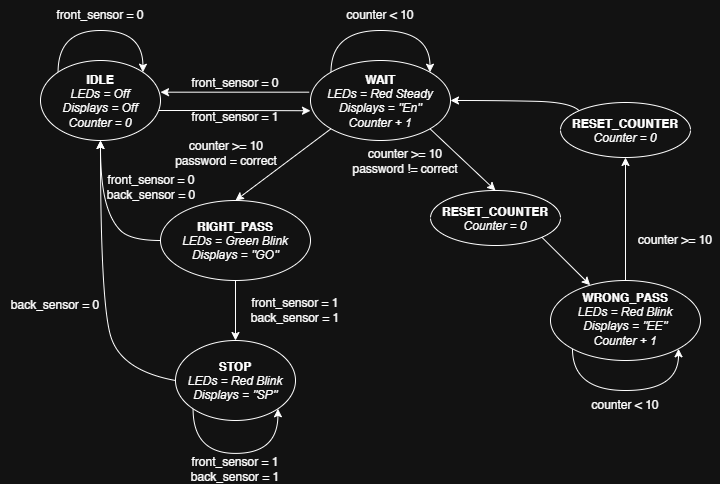
Earlier version of the draw.io export weld/ex01_car_park_1/src/State_Parking.drawio.png (philippevelha/electronics-lab-2026). Source tidied: cells renumbered, new cells last; positions are measured from the earlier drawing's top-left corner, leaving out a move shared by most shapes.
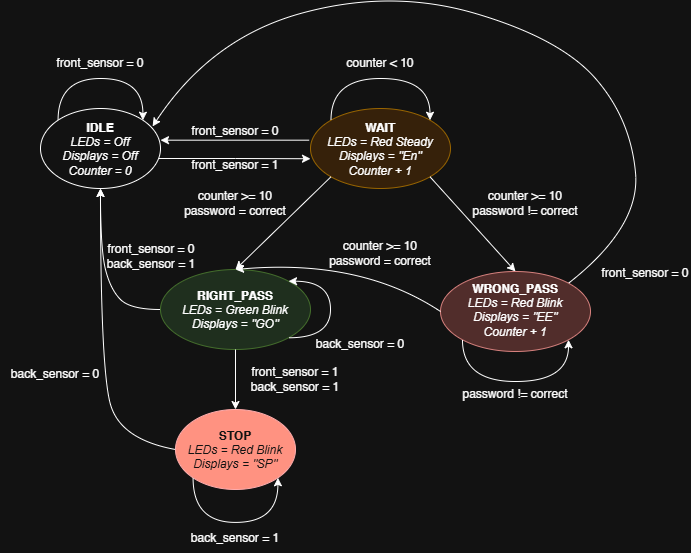
After the change.

Commit message:
[REFLECT] Reworked the State Diagram

Change to the diagram source:
```diff
@@ -19,7 +19,7 @@
     <mxCell id="5" value="front_sensor = 0" style="text;html=1;whiteSpace=wrap;strokeColor=none;fillColor=none;align=center;verticalAlign=middle;rounded=0;" parent="1" vertex="1">
       <mxGeometry x="55" width="90" height="30" as="geometry" />
     </mxCell>
-    <mxCell id="6" value="&lt;b&gt;WAIT&lt;/b&gt;&lt;br&gt;&lt;div&gt;&lt;i&gt;LEDs = Red Steady&lt;/i&gt;&lt;/div&gt;&lt;div&gt;&lt;i&gt;Displays = &quot;En&quot;&lt;/i&gt;&lt;/div&gt;&lt;div&gt;&lt;i&gt;Counter + 1&lt;/i&gt;&lt;/div&gt;" style="ellipse;whiteSpace=wrap;html=1;shapeInside=1;" parent="1" vertex="1">
+    <mxCell id="6" value="&lt;b&gt;WAIT&lt;/b&gt;&lt;br&gt;&lt;div&gt;&lt;i&gt;LEDs = Red Steady&lt;/i&gt;&lt;/div&gt;&lt;div&gt;&lt;i&gt;Displays = &quot;En&quot;&lt;/i&gt;&lt;/div&gt;&lt;div&gt;&lt;i&gt;Counter + 1&lt;/i&gt;&lt;/div&gt;" style="ellipse;whiteSpace=wrap;html=1;shapeInside=1;fillColor=#ffe6cc;strokeColor=#d79b00;" parent="1" vertex="1">
       <mxGeometry x="310" y="60" width="140" height="80" as="geometry" />
     </mxCell>
     <mxCell id="7" value="counter &amp;lt; 10" style="text;html=1;whiteSpace=wrap;strokeColor=none;fillColor=none;align=center;verticalAlign=middle;rounded=0;" parent="1" vertex="1">
@@ -28,20 +28,20 @@
     <mxCell id="8" value="front_sensor = 1" style="text;html=1;whiteSpace=wrap;strokeColor=none;fillColor=none;align=center;verticalAlign=middle;rounded=0;" parent="1" vertex="1">
       <mxGeometry x="190" y="102" width="90" height="30" as="geometry" />
     </mxCell>
-    <mxCell id="9" value="&lt;b&gt;RIGHT_PASS&lt;/b&gt;&lt;br&gt;&lt;div&gt;&lt;i&gt;LEDs = Green Blink&lt;/i&gt;&lt;/div&gt;&lt;div&gt;&lt;i&gt;Displays = &quot;GO&quot;&lt;/i&gt;&lt;/div&gt;" style="ellipse;whiteSpace=wrap;html=1;shapeInside=1;" parent="1" vertex="1">
-      <mxGeometry x="160" y="200" width="150" height="80" as="geometry" />
+    <mxCell id="9" value="&lt;b&gt;RIGHT_PASS&lt;/b&gt;&lt;br&gt;&lt;div&gt;&lt;i&gt;LEDs = Green Blink&lt;/i&gt;&lt;/div&gt;&lt;div&gt;&lt;i&gt;Displays = &quot;GO&quot;&lt;/i&gt;&lt;/div&gt;" style="ellipse;whiteSpace=wrap;html=1;shapeInside=1;fillColor=#d5e8d4;strokeColor=#82b366;" parent="1" vertex="1">
+      <mxGeometry x="160" y="221" width="150" height="80" as="geometry" />
     </mxCell>
     <mxCell id="10" style="endArrow=classic;html=1;rounded=0;defaultLabelBackgroundColor=page;labelPadding=0 4;exitX=0;exitY=1;exitDx=0;exitDy=0;entryX=0.5;entryY=0;entryDx=0;entryDy=0;" parent="1" edge="1" source="6" target="9">
       <mxGeometry relative="1" as="geometry" />
     </mxCell>
-    <mxCell id="11" style="endArrow=classic;html=1;rounded=0;defaultLabelBackgroundColor=page;labelPadding=0 4;exitX=1;exitY=1;exitDx=0;exitDy=0;entryX=0.5;entryY=0;entryDx=0;entryDy=0;" parent="1" edge="1" source="6" target="23">
+    <mxCell id="11" style="endArrow=classic;html=1;rounded=0;defaultLabelBackgroundColor=page;labelPadding=0 4;exitX=1;exitY=1;exitDx=0;exitDy=0;entryX=0.5;entryY=0;entryDx=0;entryDy=0;" parent="1" edge="1" source="6" target="20">
       <mxGeometry relative="1" as="geometry" />
     </mxCell>
     <mxCell id="12" value="counter &amp;gt;= 10&lt;div&gt;password != correct&lt;/div&gt;" style="text;html=1;whiteSpace=wrap;strokeColor=none;fillColor=none;align=center;verticalAlign=middle;rounded=0;" parent="1" vertex="1">
-      <mxGeometry x="350" y="146" width="110" height="30" as="geometry" />
+      <mxGeometry x="470" y="140" width="110" height="30" as="geometry" />
     </mxCell>
     <mxCell id="13" value="counter &amp;gt;= 10&lt;div&gt;password = correct&lt;/div&gt;" style="text;html=1;whiteSpace=wrap;strokeColor=none;fillColor=none;align=center;verticalAlign=middle;rounded=0;" parent="1" vertex="1">
-      <mxGeometry x="171" y="138" width="110" height="30" as="geometry" />
+      <mxGeometry x="180" y="140" width="110" height="30" as="geometry" />
     </mxCell>
     <mxCell id="14" style="edgeStyle=orthogonalEdgeStyle;rounded=0;jettySize=auto;html=1;exitX=-0.009;exitY=0.396;exitDx=0;exitDy=0;entryX=1;entryY=0.396;entryDx=0;entryDy=0;defaultLabelBackgroundColor=page;labelPadding=0 4;exitPerimeter=0;entryPerimeter=0;" parent="1" edge="1" source="6" target="3">
       <mxGeometry x="0.11" relative="1" as="geometry" />
@@ -57,85 +57,97 @@
         </Array>
       </mxGeometry>
     </mxCell>
-    <mxCell id="17" value="counter &amp;gt;= 10" style="text;html=1;whiteSpace=wrap;strokeColor=none;fillColor=none;align=center;verticalAlign=middle;rounded=0;" parent="1" vertex="1">
-      <mxGeometry x="630" y="225" width="90" height="30" as="geometry" />
-    </mxCell>
-    <mxCell id="18" value="&lt;b&gt;STOP&lt;/b&gt;&lt;br&gt;&lt;div&gt;&lt;i&gt;LEDs = Red Blink&lt;/i&gt;&lt;/div&gt;&lt;div&gt;&lt;i&gt;Displays = &quot;SP&quot;&lt;/i&gt;&lt;/div&gt;" style="ellipse;whiteSpace=wrap;html=1;shapeInside=1;" parent="1" vertex="1">
-      <mxGeometry x="175" y="340" width="120" height="80" as="geometry" />
+    <mxCell id="18" value="&lt;b&gt;STOP&lt;/b&gt;&lt;br&gt;&lt;div&gt;&lt;i&gt;LEDs = Red Blink&lt;/i&gt;&lt;/div&gt;&lt;div&gt;&lt;i&gt;Displays = &quot;SP&quot;&lt;/i&gt;&lt;/div&gt;" style="ellipse;whiteSpace=wrap;html=1;shapeInside=1;fillColor=#e51400;strokeColor=#B20000;fontColor=#ffffff;" parent="1" vertex="1">
+      <mxGeometry x="175" y="361" width="120" height="80" as="geometry" />
     </mxCell>
-    <mxCell id="19" value="&lt;b&gt;RESET_COUNTER&lt;/b&gt;&lt;br&gt;&lt;div&gt;&lt;i&gt;Counter = 0&lt;/i&gt;&lt;/div&gt;" style="ellipse;whiteSpace=wrap;html=1;shapeInside=1;" parent="1" vertex="1">
-      <mxGeometry x="560" y="102" width="130" height="55" as="geometry" />
-    </mxCell>
-    <mxCell id="20" value="&lt;b&gt;WRONG_PASS&lt;/b&gt;&lt;br&gt;&lt;div&gt;&lt;i&gt;LEDs = Red Blink&lt;/i&gt;&lt;/div&gt;&lt;div&gt;&lt;i&gt;Displays = &quot;EE&quot;&lt;/i&gt;&lt;/div&gt;&lt;div&gt;&lt;i&gt;Counter + 1&lt;/i&gt;&lt;/div&gt;" style="ellipse;whiteSpace=wrap;html=1;shapeInside=1;" parent="1" vertex="1">
-      <mxGeometry x="550" y="280" width="150" height="80" as="geometry" />
+    <mxCell id="20" value="&lt;b&gt;WRONG_PASS&lt;/b&gt;&lt;br&gt;&lt;div&gt;&lt;i&gt;LEDs = Red Blink&lt;/i&gt;&lt;/div&gt;&lt;div&gt;&lt;i&gt;Displays = &quot;EE&quot;&lt;/i&gt;&lt;/div&gt;&lt;div&gt;&lt;i&gt;Counter + 1&lt;/i&gt;&lt;/div&gt;" style="ellipse;whiteSpace=wrap;html=1;shapeInside=1;fillColor=#f8cecc;strokeColor=#b85450;" parent="1" vertex="1">
+      <mxGeometry x="440" y="223" width="150" height="80" as="geometry" />
     </mxCell>
     <mxCell id="21" style="curved=1;curveGeometry=1;endArrow=classic;html=1;rounded=0;defaultLabelBackgroundColor=page;labelPadding=0 4;entryX=1;entryY=1;entryDx=0;entryDy=0;exitX=0;exitY=1;exitDx=0;exitDy=0;edgeStyle=orthogonalEdgeStyle;innerLoopWaypoints=1;" parent="1" edge="1" source="20" target="20">
       <mxGeometry x="0.01" relative="1" as="geometry">
         <Array as="points">
-          <mxPoint x="572" y="390" />
-          <mxPoint x="678" y="390" />
+          <mxPoint x="462" y="333" />
+          <mxPoint x="568" y="333" />
         </Array>
       </mxGeometry>
     </mxCell>
-    <mxCell id="22" value="counter &amp;lt; 10" style="text;html=1;whiteSpace=wrap;strokeColor=none;fillColor=none;align=center;verticalAlign=middle;rounded=0;" parent="1" vertex="1">
-      <mxGeometry x="580" y="390" width="90" height="30" as="geometry" />
+    <mxCell id="22" value="password != correct" style="text;html=1;whiteSpace=wrap;strokeColor=none;fillColor=none;align=center;verticalAlign=middle;rounded=0;" parent="1" vertex="1">
+      <mxGeometry x="460" y="331" width="110" height="30" as="geometry" />
     </mxCell>
-    <mxCell id="23" value="&lt;b&gt;RESET_COUNTER&lt;/b&gt;&lt;br&gt;&lt;div&gt;&lt;i&gt;Counter = 0&lt;/i&gt;&lt;/div&gt;" style="ellipse;whiteSpace=wrap;html=1;shapeInside=1;" parent="1" vertex="1">
-      <mxGeometry x="430" y="190" width="130" height="55" as="geometry" />
-    </mxCell>
-    <mxCell id="24" style="endArrow=classic;html=1;rounded=0;defaultLabelBackgroundColor=page;labelPadding=0 4;exitX=1;exitY=1;exitDx=0;exitDy=0;" parent="1" edge="1" source="23" target="20">
-      <mxGeometry relative="1" as="geometry" />
-    </mxCell>
-    <mxCell id="25" style="endArrow=classic;html=1;rounded=0;defaultLabelBackgroundColor=page;labelPadding=0 4;exitX=0.5;exitY=0;exitDx=0;exitDy=0;" parent="1" edge="1" source="20" target="19">
-      <mxGeometry relative="1" as="geometry" />
-    </mxCell>
-    <mxCell id="26" style="curved=1;curveGeometry=1;endArrow=classic;html=1;rounded=0;defaultLabelBackgroundColor=page;labelPadding=0 4;exitX=0;exitY=0;exitDx=0;exitDy=0;entryX=1;entryY=0.5;entryDx=0;entryDy=0;" parent="1" edge="1" source="19" target="6">
-      <mxGeometry x="-0.25" relative="1" as="geometry">
-        <Array as="points">
-          <mxPoint x="570" y="101.6" />
-          <mxPoint x="500" y="100" />
-        </Array>
-      </mxGeometry>
-    </mxCell>
     <mxCell id="27" style="endArrow=classic;html=1;rounded=0;defaultLabelBackgroundColor=page;labelPadding=0 4;exitX=0.5;exitY=1;exitDx=0;exitDy=0;entryX=0.5;entryY=0;entryDx=0;entryDy=0;" parent="1" edge="1" source="9" target="18">
       <mxGeometry relative="1" as="geometry" />
     </mxCell>
     <mxCell id="28" value="front_sensor = 1&lt;div&gt;back_sensor = 1&lt;/div&gt;" style="text;html=1;whiteSpace=wrap;strokeColor=none;fillColor=none;align=center;verticalAlign=middle;rounded=0;" parent="1" vertex="1">
-      <mxGeometry x="240" y="295" width="110" height="30" as="geometry" />
+      <mxGeometry x="240" y="316" width="110" height="30" as="geometry" />
     </mxCell>
     <mxCell id="29" style="curved=1;curveGeometry=1;endArrow=classic;html=1;rounded=0;defaultLabelBackgroundColor=page;labelPadding=0 4;exitX=0;exitY=1;exitDx=0;exitDy=0;entryX=1;entryY=1;entryDx=0;entryDy=0;edgeStyle=orthogonalEdgeStyle;innerLoopWaypoints=1;" parent="1" edge="1" source="18" target="18">
       <mxGeometry x="0.1" relative="1" as="geometry">
         <Array as="points">
-          <mxPoint x="192.6" y="452.9" />
-          <mxPoint x="277.4" y="452.9" />
+          <mxPoint x="192.6" y="473.9" />
+          <mxPoint x="277.4" y="473.9" />
         </Array>
       </mxGeometry>
     </mxCell>
-    <mxCell id="30" value="front_sensor = 1&lt;div&gt;back_sensor = 1&lt;/div&gt;" style="text;html=1;whiteSpace=wrap;strokeColor=none;fillColor=none;align=center;verticalAlign=middle;rounded=0;" parent="1" vertex="1">
-      <mxGeometry x="180" y="454" width="110" height="30" as="geometry" />
+    <mxCell id="30" value="&lt;span style=&quot;background-color: transparent; color: light-dark(#000000, var(--ge-light-color, #ffffff));&quot;&gt;back_sensor = 1&lt;/span&gt;" style="text;html=1;whiteSpace=wrap;strokeColor=none;fillColor=none;align=center;verticalAlign=middle;rounded=0;" parent="1" vertex="1">
+      <mxGeometry x="180" y="475" width="110" height="30" as="geometry" />
     </mxCell>
     <mxCell id="31" style="curved=1;curveGeometry=1;endArrow=classic;html=1;rounded=0;defaultLabelBackgroundColor=page;labelPadding=0 4;exitX=0;exitY=0.5;exitDx=0;exitDy=0;entryX=0.5;entryY=1;entryDx=0;entryDy=0;" parent="1" edge="1" source="18" target="3">
-      <mxGeometry x="-0.2" relative="1" as="geometry">
+      <mxGeometry x="-0.26" relative="1" as="geometry">
         <Array as="points">
-          <mxPoint x="120" y="370" />
-          <mxPoint x="100" y="300" />
+          <mxPoint x="120" y="391" />
+          <mxPoint x="100" y="321" />
         </Array>
       </mxGeometry>
     </mxCell>
     <mxCell id="32" style="curved=1;curveGeometry=1;endArrow=classic;html=1;rounded=0;defaultLabelBackgroundColor=page;labelPadding=0 4;exitX=0;exitY=0.5;exitDx=0;exitDy=0;entryX=0.5;entryY=1;entryDx=0;entryDy=0;" parent="1" edge="1" source="9" target="3">
-      <mxGeometry x="-0.26" relative="1" as="geometry">
+      <mxGeometry x="-0.36" relative="1" as="geometry">
         <Array as="points">
-          <mxPoint x="130" y="240" />
-          <mxPoint x="110" y="220" />
-          <mxPoint x="100" y="180" />
+          <mxPoint x="130" y="261" />
+          <mxPoint x="110" y="241" />
+          <mxPoint x="100" y="201" />
         </Array>
       </mxGeometry>
     </mxCell>
-    <mxCell id="33" value="front_sensor = 0&lt;div&gt;back_sensor = 0&lt;/div&gt;" style="text;html=1;whiteSpace=wrap;strokeColor=none;fillColor=none;align=center;verticalAlign=middle;rounded=0;" parent="1" vertex="1">
-      <mxGeometry x="96" y="172" width="110" height="30" as="geometry" />
+    <mxCell id="33" value="front_sensor = 0&lt;div&gt;back_sensor = 1&lt;/div&gt;" style="text;html=1;whiteSpace=wrap;strokeColor=none;fillColor=none;align=center;verticalAlign=middle;rounded=0;" parent="1" vertex="1">
+      <mxGeometry x="96" y="193" width="110" height="30" as="geometry" />
     </mxCell>
     <mxCell id="34" value="&lt;span style=&quot;background-color: transparent; color: light-dark(#000000, var(--ge-light-color, #ffffff));&quot;&gt;back_sensor = 0&lt;/span&gt;" style="text;html=1;whiteSpace=wrap;strokeColor=none;fillColor=none;align=center;verticalAlign=middle;rounded=0;" parent="1" vertex="1">
-      <mxGeometry y="290" width="110" height="30" as="geometry" />
+      <mxGeometry y="311" width="110" height="30" as="geometry" />
     </mxCell>
+    <mxCell id="35" style="curved=1;curveGeometry=1;endArrow=classic;html=1;rounded=0;defaultLabelBackgroundColor=page;labelPadding=0 4;exitX=1;exitY=1;exitDx=0;exitDy=0;entryX=1;entryY=0;entryDx=0;entryDy=0;edgeStyle=orthogonalEdgeStyle;innerLoopWaypoints=1;" parent="1" edge="1" source="9" target="9">
+      <mxGeometry x="0.12" relative="1" as="geometry">
+        <Array as="points">
+          <mxPoint x="330" y="289.4" />
+          <mxPoint x="330" y="232.4" />
+        </Array>
+      </mxGeometry>
+    </mxCell>
+    <mxCell id="36" value="&lt;span style=&quot;background-color: transparent; color: light-dark(#000000, var(--ge-light-color, #ffffff));&quot;&gt;back_sensor = 0&lt;/span&gt;" style="text;html=1;whiteSpace=wrap;strokeColor=none;fillColor=none;align=center;verticalAlign=middle;rounded=0;" parent="1" vertex="1">
+      <mxGeometry x="305" y="281" width="110" height="30" as="geometry" />
+    </mxCell>
+    <mxCell id="37" style="curved=1;curveGeometry=1;endArrow=classic;html=1;rounded=0;defaultLabelBackgroundColor=page;labelPadding=0 4;exitX=0;exitY=0.5;exitDx=0;exitDy=0;entryX=0.5;entryY=0;entryDx=0;entryDy=0;" parent="1" edge="1" source="20" target="9">
+      <mxGeometry x="-0.42" relative="1" as="geometry">
+        <Array as="points">
+          <mxPoint x="360" y="210" />
+        </Array>
+      </mxGeometry>
+    </mxCell>
+    <mxCell id="38" value="counter &amp;gt;= 10&lt;div&gt;password = correct&lt;/div&gt;" style="text;html=1;whiteSpace=wrap;strokeColor=none;fillColor=none;align=center;verticalAlign=middle;rounded=0;" parent="1" vertex="1">
+      <mxGeometry x="325" y="190" width="110" height="30" as="geometry" />
+    </mxCell>
+    <mxCell id="39" style="curved=1;curveGeometry=1;endArrow=classic;html=1;rounded=0;defaultLabelBackgroundColor=page;labelPadding=0 4;exitX=1;exitY=0;exitDx=0;exitDy=0;entryX=0.934;entryY=0.224;entryDx=0;entryDy=0;entryPerimeter=0;" parent="1" edge="1" source="20" target="3">
+      <mxGeometry x="-0.7" relative="1" as="geometry">
+        <Array as="points">
+          <mxPoint x="640" y="178.3" />
+          <mxPoint x="630" y="70" />
+          <mxPoint x="560" y="-10" />
+          <mxPoint x="390" y="-60" />
+          <mxPoint x="210" y="-10" />
+        </Array>
+      </mxGeometry>
+    </mxCell>
+    <mxCell id="40" value="front_sensor = 0" style="text;html=1;whiteSpace=wrap;strokeColor=none;fillColor=none;align=center;verticalAlign=middle;rounded=0;" parent="1" vertex="1">
+      <mxGeometry x="600" y="210" width="90" height="30" as="geometry" />
+    </mxCell>
   </root>
 </mxGraphModel>
```
